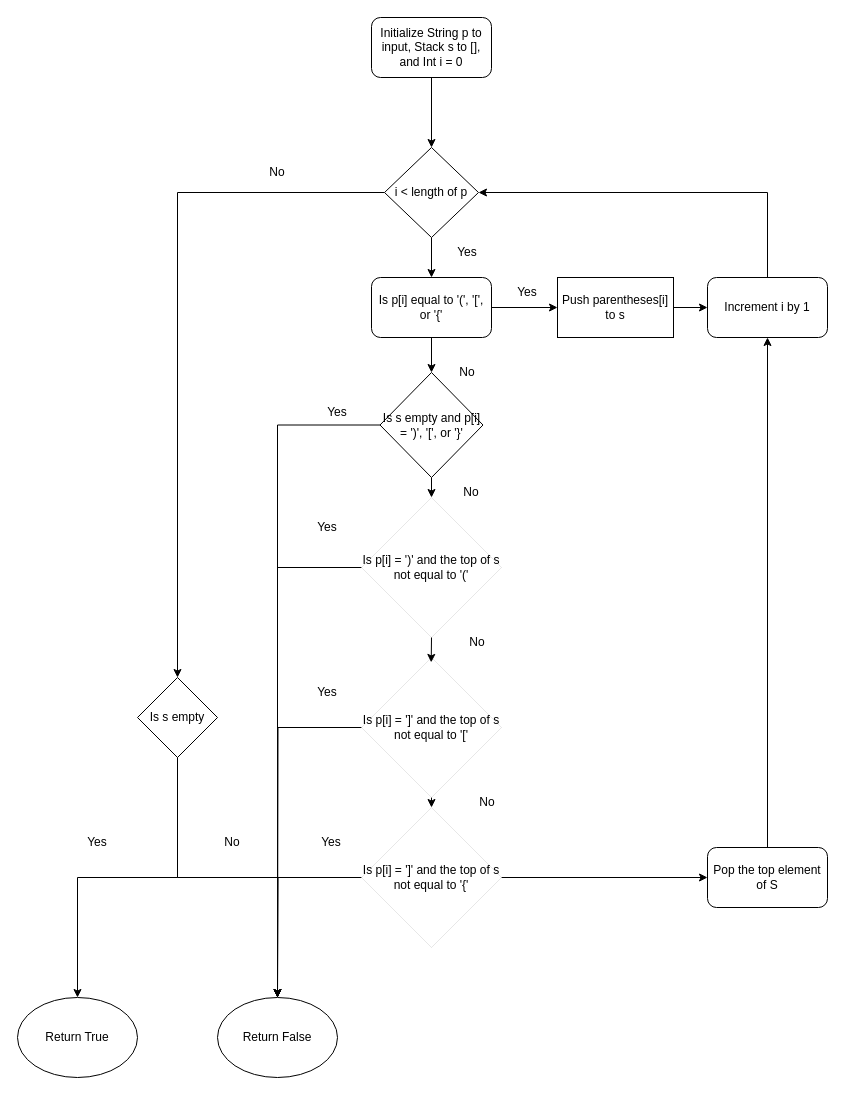
Earlier version of the draw.io diagram ValidParentheses.drawio (kenglordpanda/CS797_FlowCharts). Source tidied: cells renumbered, new cells numbered last; positions are measured from the earlier drawing's top-left corner, leaving out a move shared by most shapes. Both pictures are drawn from the tidied source at 100%, with x=0, y=0 at pixel (17, 17).
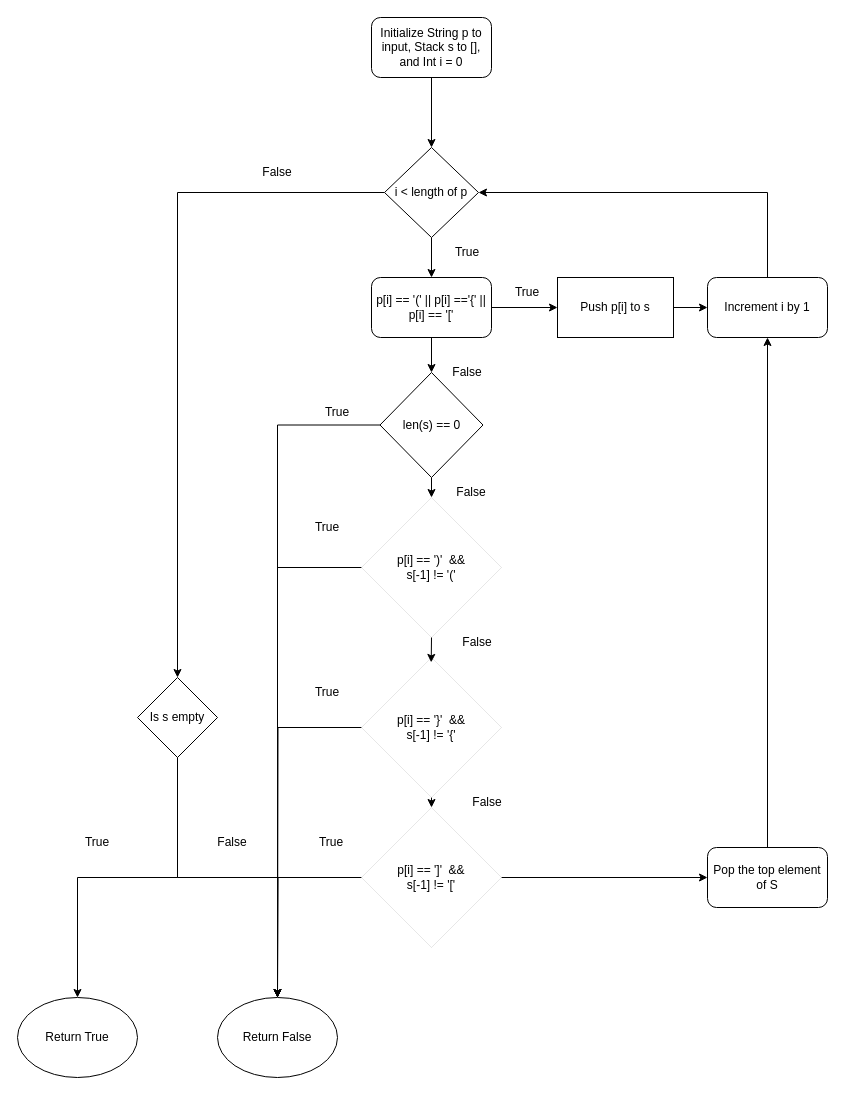
The same diagram, later.

The edit, as a diff of the source:
```diff
@@
-    <mxCell id="12" value="No" style="text;html=1;align=center;verticalAlign=middle;whiteSpace=wrap;rounded=0;" parent="1" vertex="1">
+    <mxCell id="12" value="False" style="text;html=1;align=center;verticalAlign=middle;whiteSpace=wrap;rounded=0;" parent="1" vertex="1">
       <mxGeometry x="190" y="815" width="50" height="20" as="geometry" />
     </mxCell>
-    <mxCell id="13" value="Yes" style="text;html=1;align=center;verticalAlign=middle;whiteSpace=wrap;rounded=0;" parent="1" vertex="1">
+    <mxCell id="13" value="True" style="text;html=1;align=center;verticalAlign=middle;whiteSpace=wrap;rounded=0;" parent="1" vertex="1">
       <mxGeometry x="50" y="810" width="60" height="30" as="geometry" />
     </mxCell>
-    <mxCell id="14" value="No" style="text;html=1;align=center;verticalAlign=middle;whiteSpace=wrap;rounded=0;" parent="1" vertex="1">
+    <mxCell id="14" value="False" style="text;html=1;align=center;verticalAlign=middle;whiteSpace=wrap;rounded=0;" parent="1" vertex="1">
       <mxGeometry x="230" y="140" width="60" height="30" as="geometry" />
     </mxCell>
@@
-    <mxCell id="17" value="Is p[i] equal to '(', '[', or '{'" style="rounded=1;whiteSpace=wrap;html=1;" parent="1" vertex="1">
+    <mxCell id="17" value="p[i] == '(' || p[i] =='{' || p[i] == '['" style="rounded=1;whiteSpace=wrap;html=1;" parent="1" vertex="1">
       <mxGeometry x="354" y="260" width="120" height="60" as="geometry" />
     </mxCell>
@@
-    <mxCell id="19" value="Push parentheses[i] to s" style="rounded=0;whiteSpace=wrap;html=1;" parent="1" vertex="1">
+    <mxCell id="19" value="Push p[i] to s" style="rounded=0;whiteSpace=wrap;html=1;" parent="1" vertex="1">
       <mxGeometry x="540" y="260" width="116" height="60" as="geometry" />
     </mxCell>
-    <mxCell id="20" value="No" style="text;html=1;align=center;verticalAlign=middle;whiteSpace=wrap;rounded=0;" parent="1" vertex="1">
+    <mxCell id="20" value="False" style="text;html=1;align=center;verticalAlign=middle;whiteSpace=wrap;rounded=0;" parent="1" vertex="1">
       <mxGeometry x="420" y="340" width="60" height="30" as="geometry" />
     </mxCell>
-    <mxCell id="21" value="Yes" style="text;html=1;align=center;verticalAlign=middle;whiteSpace=wrap;rounded=0;" parent="1" vertex="1">
+    <mxCell id="21" value="True" style="text;html=1;align=center;verticalAlign=middle;whiteSpace=wrap;rounded=0;" parent="1" vertex="1">
       <mxGeometry x="420" y="220" width="60" height="30" as="geometry" />
     </mxCell>
-    <mxCell id="22" value="Yes" style="text;html=1;align=center;verticalAlign=middle;whiteSpace=wrap;rounded=0;" parent="1" vertex="1">
+    <mxCell id="22" value="True" style="text;html=1;align=center;verticalAlign=middle;whiteSpace=wrap;rounded=0;" parent="1" vertex="1">
       <mxGeometry x="480" y="260" width="60" height="30" as="geometry" />
     </mxCell>
@@
-    <mxCell id="27" value="Is s empty and p[i] = ')', '[', or '}'" style="rhombus;whiteSpace=wrap;html=1;" parent="1" vertex="1">
+    <mxCell id="27" value="len(s) == 0" style="rhombus;whiteSpace=wrap;html=1;" parent="1" vertex="1">
       <mxGeometry x="362.5" y="355" width="103" height="105" as="geometry" />
     </mxCell>
@@
-    <mxCell id="29" value="Is p[i] = &amp;#39;)&amp;#39; and the top of s not equal to &amp;#39;(&amp;#39;" style="rhombus;strokeWidth=0;align=center;whiteSpace=wrap;html=1;" parent="1" vertex="1">
+    <mxCell id="29" value="p[i] == ')'&amp;nbsp; &amp;amp;&amp;amp;&lt;br&gt;s[-1] != '('" style="rhombus;strokeWidth=0;align=center;whiteSpace=wrap;html=1;" parent="1" vertex="1">
       <mxGeometry x="344" y="480" width="140" height="140" as="geometry" />
     </mxCell>
-    <mxCell id="30" value="Yes" style="text;html=1;align=center;verticalAlign=middle;whiteSpace=wrap;rounded=0;" parent="1" vertex="1">
+    <mxCell id="30" value="True" style="text;html=1;align=center;verticalAlign=middle;whiteSpace=wrap;rounded=0;" parent="1" vertex="1">
       <mxGeometry x="290" y="380" width="60" height="30" as="geometry" />
     </mxCell>
-    <mxCell id="31" value="No" style="text;html=1;align=center;verticalAlign=middle;whiteSpace=wrap;rounded=0;" parent="1" vertex="1">
+    <mxCell id="31" value="False" style="text;html=1;align=center;verticalAlign=middle;whiteSpace=wrap;rounded=0;" parent="1" vertex="1">
       <mxGeometry x="424" y="460" width="60" height="30" as="geometry" />
     </mxCell>
@@
-    <mxCell id="34" value="Yes" style="text;html=1;align=center;verticalAlign=middle;whiteSpace=wrap;rounded=0;" parent="1" vertex="1">
+    <mxCell id="34" value="True" style="text;html=1;align=center;verticalAlign=middle;whiteSpace=wrap;rounded=0;" parent="1" vertex="1">
       <mxGeometry x="284" y="810" width="60" height="30" as="geometry" />
     </mxCell>
-    <mxCell id="35" value="Yes" style="text;html=1;align=center;verticalAlign=middle;whiteSpace=wrap;rounded=0;" parent="1" vertex="1">
+    <mxCell id="35" value="True" style="text;html=1;align=center;verticalAlign=middle;whiteSpace=wrap;rounded=0;" parent="1" vertex="1">
       <mxGeometry x="280" y="495" width="60" height="30" as="geometry" />
     </mxCell>
-    <mxCell id="36" value="Yes" style="text;html=1;align=center;verticalAlign=middle;whiteSpace=wrap;rounded=0;" parent="1" vertex="1">
+    <mxCell id="36" value="True" style="text;html=1;align=center;verticalAlign=middle;whiteSpace=wrap;rounded=0;" parent="1" vertex="1">
       <mxGeometry x="280" y="660" width="60" height="30" as="geometry" />
     </mxCell>
@@
-    <mxCell id="39" value="Is p[i] = ']' and the top of s not equal to '['" style="rhombus;strokeWidth=0;align=center;whiteSpace=wrap;html=1;" parent="1" vertex="1">
+    <mxCell id="39" value="p[i] == '}'&amp;nbsp; &amp;amp;&amp;amp;&lt;br&gt;s[-1] != '{'" style="rhombus;strokeWidth=0;align=center;whiteSpace=wrap;html=1;" parent="1" vertex="1">
       <mxGeometry x="344" y="640" width="140" height="140" as="geometry" />
     </mxCell>
@@
-    <mxCell id="42" value="Is p[i] = ']' and the top of s not equal to '{'" style="rhombus;strokeWidth=0;align=center;whiteSpace=wrap;html=1;" parent="1" vertex="1">
+    <mxCell id="42" value="p[i] == ']'&amp;nbsp; &amp;amp;&amp;amp;&lt;br&gt;s[-1] != '['" style="rhombus;strokeWidth=0;align=center;whiteSpace=wrap;html=1;" parent="1" vertex="1">
       <mxGeometry x="344" y="790" width="140" height="140" as="geometry" />
     </mxCell>
@@
-    <mxCell id="44" value="No" style="text;html=1;align=center;verticalAlign=middle;whiteSpace=wrap;rounded=0;" parent="1" vertex="1">
+    <mxCell id="44" value="False" style="text;html=1;align=center;verticalAlign=middle;whiteSpace=wrap;rounded=0;" parent="1" vertex="1">
       <mxGeometry x="430" y="610" width="60" height="30" as="geometry" />
     </mxCell>
-    <mxCell id="45" value="No" style="text;html=1;align=center;verticalAlign=middle;whiteSpace=wrap;rounded=0;" parent="1" vertex="1">
+    <mxCell id="45" value="False" style="text;html=1;align=center;verticalAlign=middle;whiteSpace=wrap;rounded=0;" parent="1" vertex="1">
       <mxGeometry x="440" y="770" width="60" height="30" as="geometry" />
     </mxCell>
```
